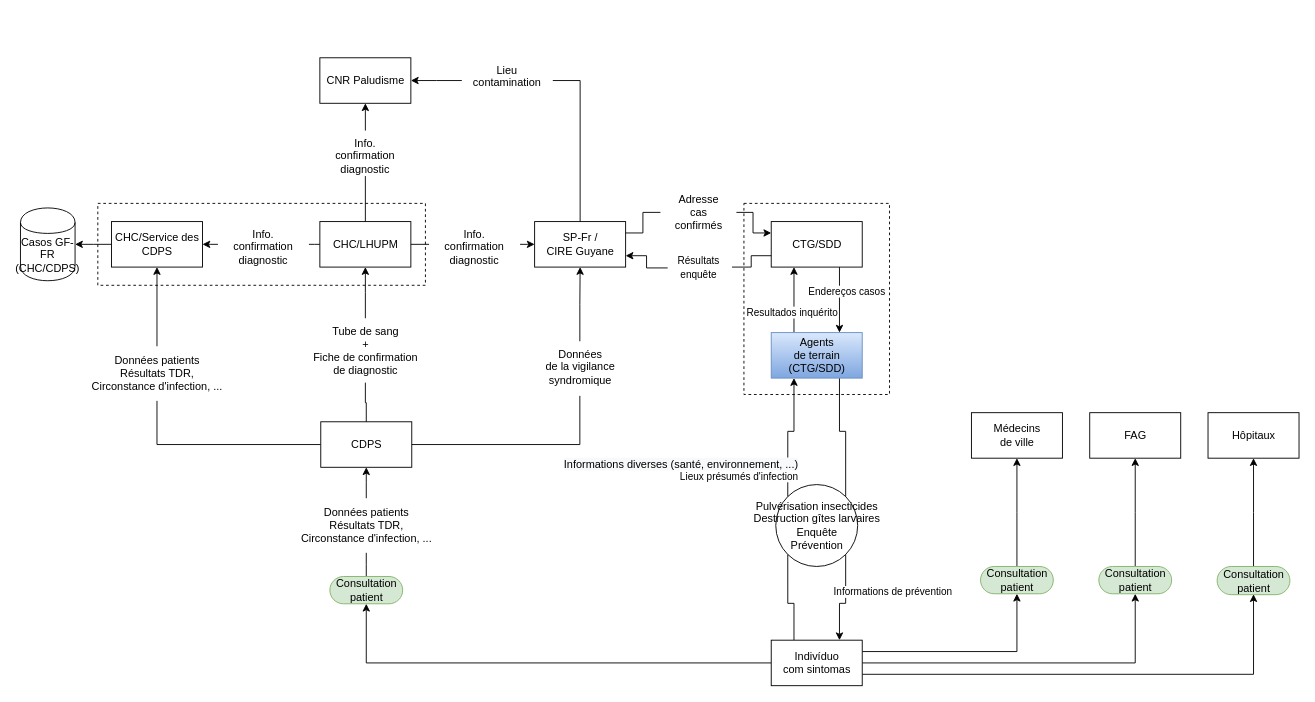
Above: Paludisme_FR-GF.drawio in EmmanuelRouxIRD/VigiFront-Saude (draw.io), before the change. Source tidied: cells renumbered, new cells numbered last; positions are measured from the earlier drawing's top-left corner, leaving out a move shared by most shapes. Both pictures are drawn from the tidied source at 91%, with x=0, y=0 at pixel (20, 57).
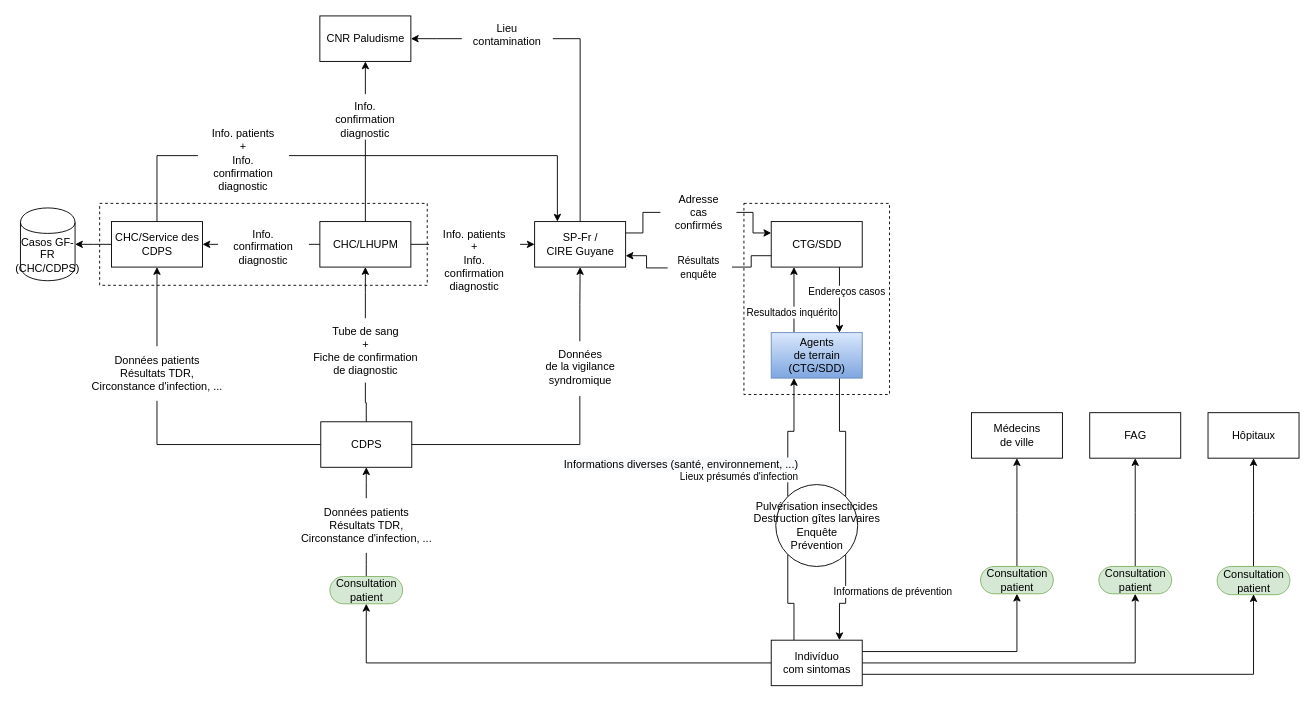
The same page after the edit.

Commit message (it also covers changes not shown here):
Mettre à jour Paludisme_FR-GF.drawio

The change refers to these unchanged cells:
```xml
<mxCell id="8" value="CHC/Service des&lt;br&gt;CDPS" style="html=1;dashed=0;whitespace=wrap;" parent="1" vertex="1">
  <mxGeometry x="100" y="180" width="100" height="50" as="geometry" />
</mxCell>
<mxCell id="9" value="SP-Fr /&lt;br&gt;CIRE Guyane" style="html=1;dashed=0;whitespace=wrap;" parent="1" vertex="1">
  <mxGeometry x="565" y="180" width="100" height="50" as="geometry" />
</mxCell>
```

Diff of the diagram source:
```diff
@@
+    <mxCell id="69" style="edgeStyle=orthogonalEdgeStyle;rounded=0;jettySize=auto;html=1;exitX=1;exitY=0.75;exitDx=0;exitDy=0;entryX=0.25;entryY=0;entryDx=0;entryDy=0;fontColor=#000000;endArrow=classic;endFill=1;" parent="1" edge="1" source="71" target="9">
+      <mxGeometry relative="1" as="geometry" />
+    </mxCell>
+    <mxCell id="70" style="edgeStyle=orthogonalEdgeStyle;rounded=0;jettySize=auto;html=1;exitX=0.5;exitY=0;exitDx=0;exitDy=0;entryX=0;entryY=0.75;entryDx=0;entryDy=0;fontColor=#000000;endArrow=none;endFill=0;" parent="1" edge="1" source="8" target="71">
+      <mxGeometry relative="1" as="geometry" />
+    </mxCell>
@@
     <mxCell id="10" value="CNR Paludisme" style="html=1;dashed=0;whitespace=wrap;" parent="1" vertex="1">
-      <mxGeometry x="329" width="100" height="50" as="geometry" />
+      <mxGeometry x="329" y="-46" width="100" height="50" as="geometry" />
     </mxCell>
@@
     <mxCell id="39" value="&lt;span style=&quot;color: rgb(0, 0, 0);&quot;&gt;Info.&lt;/span&gt;&lt;br style=&quot;color: rgb(0, 0, 0);&quot;&gt;&lt;span style=&quot;color: rgb(0, 0, 0);&quot;&gt;confirmation&lt;/span&gt;&lt;br style=&quot;color: rgb(0, 0, 0);&quot;&gt;&lt;span style=&quot;color: rgb(0, 0, 0);&quot;&gt;diagnostic&lt;/span&gt;" style="text;whiteSpace=wrap;html=1;fontColor=#3399FF;align=center;" parent="1" vertex="1">
-      <mxGeometry x="329" y="80" width="100" height="50" as="geometry" />
+      <mxGeometry x="329" y="40" width="100" height="50" as="geometry" />
     </mxCell>
@@
-    <mxCell id="41" value="&lt;span style=&quot;color: rgb(0, 0, 0);&quot;&gt;Info.&lt;/span&gt;&lt;br style=&quot;color: rgb(0, 0, 0);&quot;&gt;&lt;span style=&quot;color: rgb(0, 0, 0);&quot;&gt;confirmation&lt;/span&gt;&lt;br style=&quot;color: rgb(0, 0, 0);&quot;&gt;&lt;span style=&quot;color: rgb(0, 0, 0);&quot;&gt;diagnostic&lt;/span&gt;" style="text;whiteSpace=wrap;html=1;fontColor=#3399FF;align=center;" parent="1" vertex="1">
+    <mxCell id="41" value="&lt;span style=&quot;color: rgb(0, 0, 0);&quot;&gt;Info. patients&lt;br&gt;+&lt;br&gt;Info.&lt;/span&gt;&lt;br style=&quot;color: rgb(0, 0, 0);&quot;&gt;&lt;span style=&quot;color: rgb(0, 0, 0);&quot;&gt;confirmation&lt;/span&gt;&lt;br style=&quot;color: rgb(0, 0, 0);&quot;&gt;&lt;span style=&quot;color: rgb(0, 0, 0);&quot;&gt;diagnostic&lt;/span&gt;" style="text;whiteSpace=wrap;html=1;fontColor=#3399FF;align=center;" parent="1" vertex="1">
       <mxGeometry x="449" y="180" width="100" height="50" as="geometry" />
     </mxCell>
@@
     <mxCell id="44" value="&lt;span style=&quot;color: rgb(0, 0, 0);&quot;&gt;Lieu&lt;br&gt;contamination&lt;/span&gt;" style="text;whiteSpace=wrap;html=1;fontColor=#3399FF;align=center;" parent="1" vertex="1">
-      <mxGeometry x="485" width="100" height="50" as="geometry" />
+      <mxGeometry x="485" y="-46" width="100" height="50" as="geometry" />
     </mxCell>
@@
     <mxCell id="68" style="html=1;dashed=1;whitespace=wrap;fillColor=none;" parent="1" vertex="1">
-      <mxGeometry x="85" y="160" width="360" height="90" as="geometry" />
+      <mxGeometry x="87" y="160" width="360" height="90" as="geometry" />
     </mxCell>
+    <mxCell id="71" value="&lt;span style=&quot;color: rgb(0, 0, 0);&quot;&gt;Info. patients&lt;br&gt;+&lt;br&gt;Info.&lt;/span&gt;&lt;br style=&quot;color: rgb(0, 0, 0);&quot;&gt;&lt;span style=&quot;color: rgb(0, 0, 0);&quot;&gt;confirmation&lt;/span&gt;&lt;br style=&quot;color: rgb(0, 0, 0);&quot;&gt;&lt;span style=&quot;color: rgb(0, 0, 0);&quot;&gt;diagnostic&lt;/span&gt;" style="text;whiteSpace=wrap;html=1;fontColor=#3399FF;align=center;" parent="1" vertex="1">
+      <mxGeometry x="195" y="70" width="100" height="50" as="geometry" />
+    </mxCell>
```
